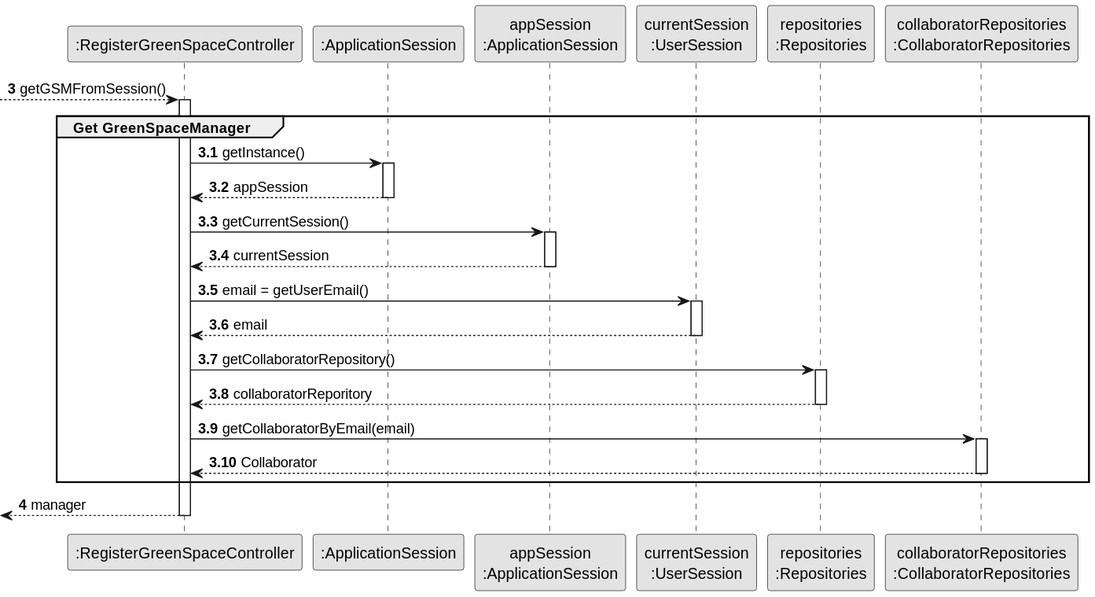
The PlantUML diagram docs/sprint3/us27/03.design/svg/us27-partial-sequence-diagram-get-GSM.svg in Departamento-de-Engenharia-Informatica/lei-24-s2-1db-g022, before a commit.
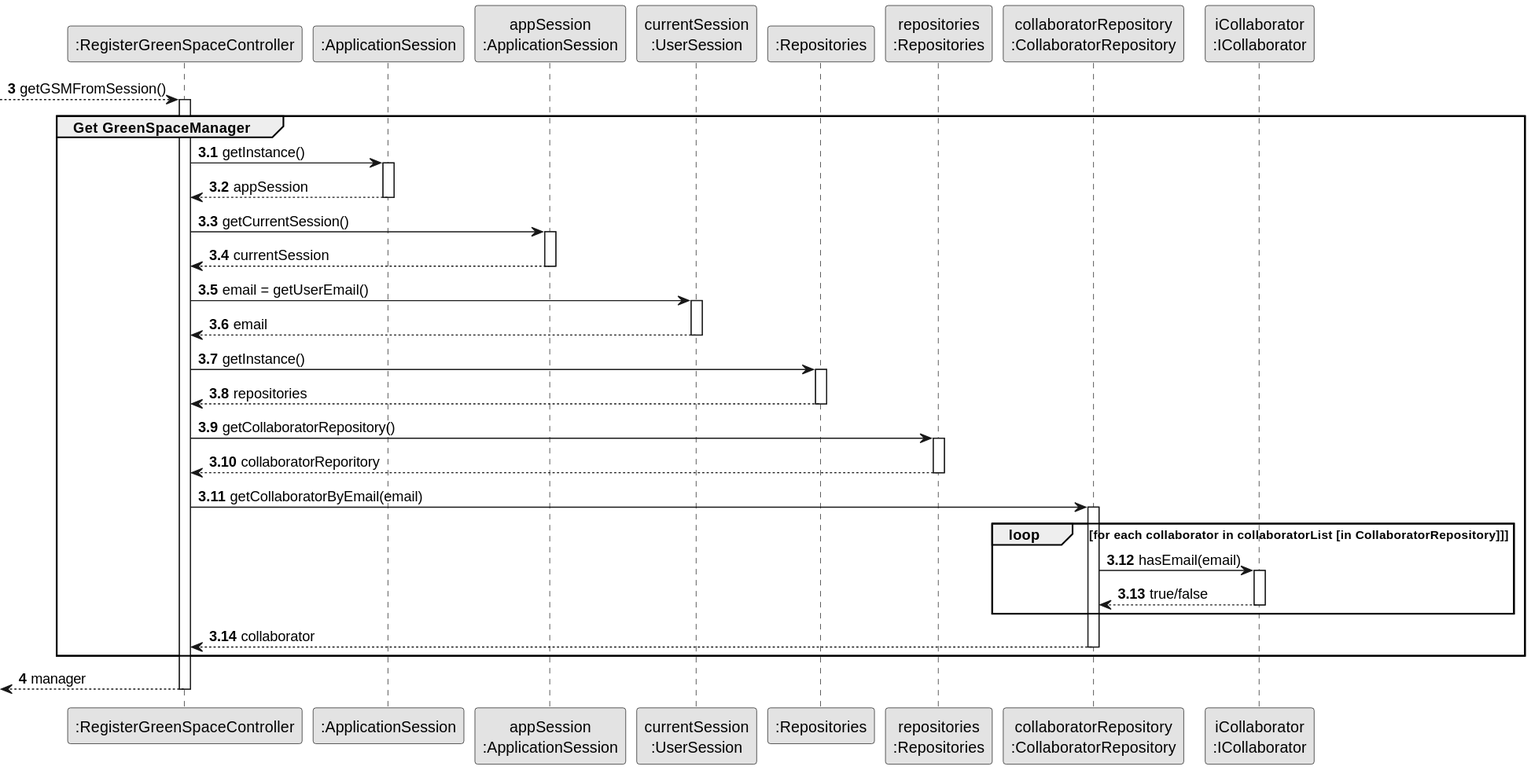
The same file after the commit.

The edit, as a diff of the source:
```diff
@@ -6,8 +6,10 @@
 participant ":ApplicationSession" as _APP
 participant "appSession\n:ApplicationSession" as APP
 participant "currentSession\n:UserSession" as SESSAO
+participant ":Repositories" as RepositorySingleton
 participant "repositories\n:Repositories" as REPO
-participant "collaboratorRepositories\n:CollaboratorRepositories" as COLREPO
+participant "collaboratorRepository\n:CollaboratorRepository" as COLREPO
+participant "iCollaborator\n:ICollaborator" as ICOL
 
 autonumber 3
 
@@ -17,48 +19,58 @@
 
 activate CTRL
 
-group Get GreenSpaceManager
+    group Get GreenSpaceManager
 
 
-CTRL -> _APP : getInstance()
+        CTRL -> _APP : getInstance()
+    activate _APP
 
-activate _APP
+        _APP --> CTRL : appSession
+    deactivate _APP
 
-_APP --> CTRL : appSession
+        CTRL -> APP : getCurrentSession()
 
-deactivate _APP
+    activate APP
 
-CTRL -> APP : getCurrentSession()
+        APP --> CTRL : currentSession
 
-activate APP
+    deactivate APP
 
-APP --> CTRL : currentSession
+        CTRL -> SESSAO : email = getUserEmail()
 
-deactivate APP
+    activate SESSAO
 
-CTRL -> SESSAO : email = getUserEmail()
+        SESSAO --> CTRL : email
 
-activate SESSAO
+    deactivate SESSAO
 
-SESSAO --> CTRL : email
+        CTRL -> RepositorySingleton : getInstance()
+    activate RepositorySingleton
 
-deactivate SESSAO
+        RepositorySingleton --> CTRL: repositories
+    deactivate RepositorySingleton
 
-CTRL -> REPO : getCollaboratorRepository()
+        CTRL -> REPO : getCollaboratorRepository()
+    activate REPO
 
-activate REPO
+        REPO --> CTRL : collaboratorReporitory
+    deactivate REPO
 
-REPO --> CTRL : collaboratorReporitory
+        CTRL ->  COLREPO : getCollaboratorByEmail(email)
+    activate COLREPO
 
-deactivate REPO
+    loop for each collaborator in collaboratorList [in CollaboratorRepository]]
 
-CTRL ->  COLREPO : getCollaboratorByEmail(email)
+        COLREPO -> ICOL : hasEmail(email)
+    activate ICOL
 
-activate COLREPO
+        ICOL --> COLREPO : true/false
+    deactivate ICOL
 
-COLREPO --> CTRL : Collaborator
+    end
 
-deactivate COLREPO
+        COLREPO --> CTRL : collaborator
+    deactivate COLREPO
 
 end
 autonumber 4
```
